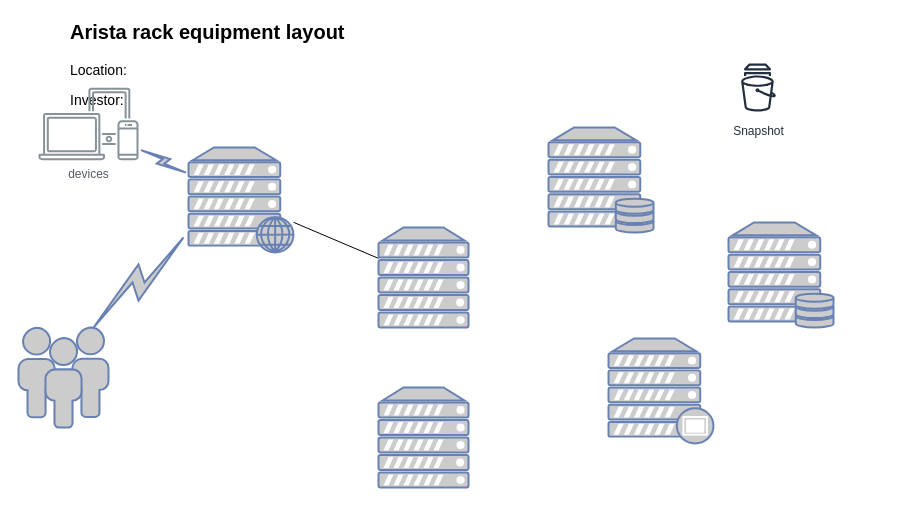
Before: Untitled Diagram.drawio in aaronmaj/diagrams, a draw.io diagram. Source tidied: cells renumbered, new cells numbered last; positions are measured from the earlier drawing's top-left corner, leaving out a move shared by most shapes. Both pictures are drawn from the tidied source at 100%, with x=0, y=0 at pixel (18, 17).
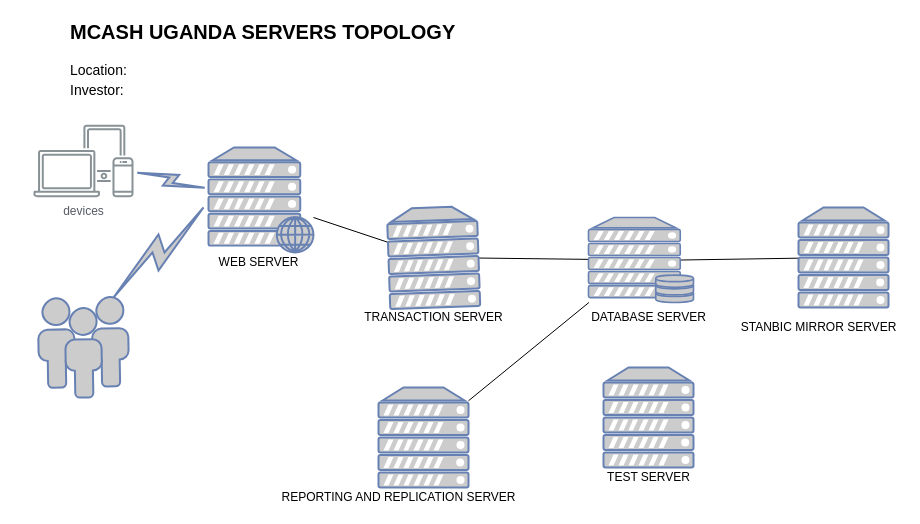
The same diagram, later.

Unchanged cells that the change refers to:
```xml
<mxCell id="10" style="fontColor=#0066CC;verticalAlign=top;verticalLabelPosition=bottom;labelPosition=center;align=center;html=1;outlineConnect=0;fillColor=#CCCCCC;strokeColor=#6881B3;gradientColor=none;gradientDirection=north;strokeWidth=2;shape=mxgraph.networks.server;" parent="1" vertex="1">
  <mxGeometry x="360" y="370" width="90" height="100" as="geometry" />
</mxCell>
```

Change to the diagram source:
```diff
@@
-    <mxCell id="2" value="Arista rack equipment layout" style="text;html=1;align=left;verticalAlign=top;spacingTop=-4;fontSize=20;fontStyle=1;" parent="1" vertex="1">
+    <mxCell id="2" value="MCASH UGANDA SERVERS TOPOLOGY" style="text;html=1;align=left;verticalAlign=top;spacingTop=-4;fontSize=20;fontStyle=1;" parent="1" vertex="1">
       <mxGeometry x="50" width="580" height="30" as="geometry" />
     </mxCell>
@@
     <mxCell id="4" value="Investor:" style="text;html=1;align=left;verticalAlign=middle;spacingTop=-4;fontSize=14;fontStyle=0;" parent="1" vertex="1">
-      <mxGeometry x="50" y="70" width="580" height="30" as="geometry" />
+      <mxGeometry x="50" y="60" width="580" height="30" as="geometry" />
     </mxCell>
@@
     <mxCell id="6" style="fontColor=#0066CC;verticalAlign=top;verticalLabelPosition=bottom;labelPosition=center;align=center;html=1;outlineConnect=0;fillColor=#CCCCCC;strokeColor=#6881B3;gradientColor=none;gradientDirection=north;strokeWidth=2;shape=mxgraph.networks.web_server;" parent="1" vertex="1">
-      <mxGeometry x="170" y="130" width="105" height="105" as="geometry" />
+      <mxGeometry x="190" y="130" width="105" height="105" as="geometry" />
     </mxCell>
-    <mxCell id="7" style="fontColor=#0066CC;verticalAlign=top;verticalLabelPosition=bottom;labelPosition=center;align=center;html=1;fillColor=#CCCCCC;strokeColor=#6881B3;gradientColor=none;gradientDirection=north;strokeWidth=2;shape=mxgraph.networks.users;" parent="1" vertex="1">
-      <mxGeometry y="310" width="90" height="100" as="geometry" />
+    <mxCell id="7" style="fontColor=#0066CC;verticalAlign=top;verticalLabelPosition=bottom;labelPosition=center;align=center;html=1;fillColor=#CCCCCC;strokeColor=#6881B3;gradientColor=none;gradientDirection=north;strokeWidth=2;shape=mxgraph.networks.users;rotation=-1;" parent="1" vertex="1">
+      <mxGeometry x="20" y="280" width="90" height="100" as="geometry" />
     </mxCell>
-    <mxCell id="8" style="fontColor=#0066CC;verticalAlign=top;verticalLabelPosition=bottom;labelPosition=center;align=center;html=1;fillColor=#CCCCCC;strokeColor=#6881B3;gradientColor=none;gradientDirection=north;strokeWidth=2;shape=mxgraph.networks.server_storage;" parent="1" vertex="1">
-      <mxGeometry x="710" y="205" width="105" height="105" as="geometry" />
-    </mxCell>
+    <mxCell id="17" style="edgeStyle=none;rounded=0;jettySize=auto;html=1;endArrow=none;endFill=0;" parent="1" edge="1" source="9" target="13">
+      <mxGeometry relative="1" as="geometry" />
+    </mxCell>
-    <mxCell id="9" style="fontColor=#0066CC;verticalAlign=top;verticalLabelPosition=bottom;labelPosition=center;align=center;html=1;outlineConnect=0;fillColor=#CCCCCC;strokeColor=#6881B3;gradientColor=none;gradientDirection=north;strokeWidth=2;shape=mxgraph.networks.server;" parent="1" vertex="1">
-      <mxGeometry x="360" y="210" width="90" height="100" as="geometry" />
+    <mxCell id="9" style="fontColor=#0066CC;verticalAlign=top;verticalLabelPosition=bottom;labelPosition=center;align=center;html=1;outlineConnect=0;fillColor=#CCCCCC;strokeColor=#6881B3;gradientColor=none;gradientDirection=north;strokeWidth=2;shape=mxgraph.networks.server;rotation=-2;" parent="1" vertex="1">
+      <mxGeometry x="370" y="190" width="90" height="100" as="geometry" />
     </mxCell>
@@
-    <mxCell id="11" value="Snapshot" style="fontColor=#232F3E;gradientColor=none;strokeColor=#232F3E;fillColor=#ffffff;dashed=0;verticalLabelPosition=bottom;verticalAlign=top;align=center;html=1;fontSize=12;fontStyle=0;shape=mxgraph.aws4.resourceIcon;resIcon=mxgraph.aws4.snapshot;" parent="1" vertex="1">
-      <mxGeometry x="710" y="40" width="60" height="60" as="geometry" />
-    </mxCell>
     <mxCell id="12" value="devices" style="outlineConnect=0;gradientColor=none;fontColor=#545B64;strokeColor=none;fillColor=#879196;dashed=0;verticalLabelPosition=bottom;verticalAlign=top;align=center;html=1;fontSize=12;fontStyle=0;shape=mxgraph.aws4.illustration_devices;" parent="1" vertex="1">
-      <mxGeometry x="20" y="70" width="100" height="73" as="geometry" />
+      <mxGeometry x="15" y="107" width="100" height="73" as="geometry" />
     </mxCell>
+    <mxCell id="18" style="edgeStyle=none;rounded=0;jettySize=auto;html=1;endArrow=none;endFill=0;" parent="1" edge="1" source="13" target="10">
+      <mxGeometry relative="1" as="geometry" />
+    </mxCell>
+    <mxCell id="19" style="edgeStyle=none;rounded=0;jettySize=auto;html=1;endArrow=none;endFill=0;exitX=0.88;exitY=0.5;exitDx=0;exitDy=0;exitPerimeter=0;" parent="1" edge="1" source="13" target="21">
+      <mxGeometry relative="1" as="geometry" />
+    </mxCell>
     <mxCell id="13" style="fontColor=#0066CC;verticalAlign=top;verticalLabelPosition=bottom;labelPosition=center;align=center;html=1;outlineConnect=0;fillColor=#CCCCCC;strokeColor=#6881B3;gradientColor=none;gradientDirection=north;strokeWidth=2;shape=mxgraph.networks.server_storage;" parent="1" vertex="1">
-      <mxGeometry x="530" y="110" width="105" height="105" as="geometry" />
+      <mxGeometry x="570" y="200" width="105" height="85" as="geometry" />
     </mxCell>
-    <mxCell id="14" style="fontColor=#0066CC;verticalAlign=top;verticalLabelPosition=bottom;labelPosition=center;align=center;html=1;fillColor=#CCCCCC;strokeColor=#6881B3;gradientColor=none;gradientDirection=north;strokeWidth=2;shape=mxgraph.networks.proxy_server;" parent="1" vertex="1">
-      <mxGeometry x="590" y="321" width="105" height="105" as="geometry" />
-    </mxCell>
@@
     <mxCell id="16" style="html=1;outlineConnect=0;fillColor=#CCCCCC;strokeColor=#6881B3;gradientColor=none;gradientDirection=north;strokeWidth=2;shape=mxgraph.networks.comm_link_edge;html=1;" parent="1" edge="1">
       <mxGeometry relative="1" as="geometry">
-        <mxPoint x="70" y="315" as="sourcePoint" />
-        <mxPoint x="170" y="215" as="targetPoint" />
+        <mxPoint x="90" y="285" as="sourcePoint" />
+        <mxPoint x="190" y="185" as="targetPoint" />
       </mxGeometry>
     </mxCell>
+    <mxCell id="20" style="fontColor=#0066CC;verticalAlign=top;verticalLabelPosition=bottom;labelPosition=center;align=center;html=1;fillColor=#CCCCCC;strokeColor=#6881B3;gradientColor=none;gradientDirection=north;strokeWidth=2;shape=mxgraph.networks.server;" parent="1" vertex="1">
+      <mxGeometry x="585" y="350" width="90" height="100" as="geometry" />
+    </mxCell>
+    <mxCell id="21" style="fontColor=#0066CC;verticalAlign=top;verticalLabelPosition=bottom;labelPosition=center;align=center;html=1;outlineConnect=0;fillColor=#CCCCCC;strokeColor=#6881B3;gradientColor=none;gradientDirection=north;strokeWidth=2;shape=mxgraph.networks.server;" parent="1" vertex="1">
+      <mxGeometry x="780" y="190" width="90" height="100" as="geometry" />
+    </mxCell>
+    <mxCell id="22" value="WEB SERVER" style="text;html=1;align=center;verticalAlign=middle;fillColor=none;strokeColor=none;rounded=0;" parent="1" vertex="1">
+      <mxGeometry x="190" y="235" width="100" height="20" as="geometry" />
+    </mxCell>
+    <mxCell id="23" value="TRANSACTION SERVER&lt;br&gt;" style="text;html=1;align=center;verticalAlign=middle;fillColor=none;strokeColor=none;rounded=0;" parent="1" vertex="1">
+      <mxGeometry x="340" y="290" width="150" height="20" as="geometry" />
+    </mxCell>
+    <mxCell id="24" value="DATABASE SERVER" style="text;html=1;align=center;verticalAlign=middle;fillColor=none;strokeColor=none;rounded=0;" parent="1" vertex="1">
+      <mxGeometry x="565" y="290" width="130" height="20" as="geometry" />
+    </mxCell>
+    <mxCell id="25" value="REPORTING AND REPLICATION SERVER" style="text;html=1;align=center;verticalAlign=middle;fillColor=none;strokeColor=none;rounded=0;" parent="1" vertex="1">
+      <mxGeometry x="255" y="470" width="250" height="20" as="geometry" />
+    </mxCell>
+    <mxCell id="26" value="TEST SERVER" style="text;html=1;align=center;verticalAlign=middle;fillColor=none;strokeColor=none;rounded=0;" parent="1" vertex="1">
+      <mxGeometry x="580" y="450" width="100" height="20" as="geometry" />
+    </mxCell>
+    <mxCell id="27" value="STANBIC MIRROR SERVER" style="text;html=1;align=center;verticalAlign=middle;fillColor=none;strokeColor=none;rounded=0;" parent="1" vertex="1">
+      <mxGeometry x="715" y="300" width="170" height="20" as="geometry" />
+    </mxCell>
```
